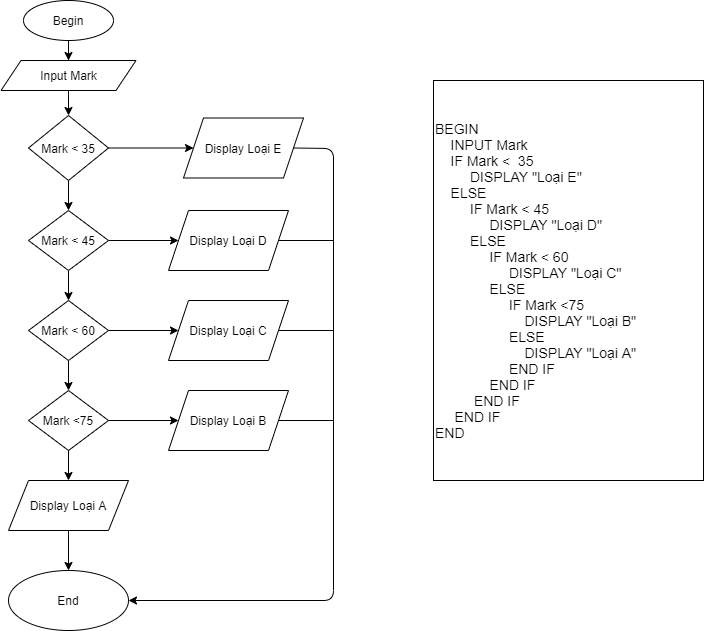
Above: module1/3_Mo_ta_thuat_toan_bang_Pseudo_code_&_Flowchart/2_Bai_tap/Mo_ta_thuat_toan_co_cau_truc_dieu_kien.png in tuantran1611/C0920G1-TranThanhTuan (draw.io), before the change. Source tidied: cells renumbered, new cells last; positions are measured from the earlier drawing's top-left corner, leaving out a move shared by most shapes. The source it was exported from:
```xml
<mxGraphModel>
  <root>
    <mxCell id="0" />
    <mxCell id="1" parent="0" />
    <mxCell id="2" style="edgeStyle=orthogonalEdgeStyle;rounded=0;jettySize=auto;html=1;entryX=0.5;entryY=0;entryDx=0;entryDy=0;" parent="1" edge="1" source="3" target="5">
      <mxGeometry relative="1" as="geometry" />
    </mxCell>
    <mxCell id="3" value="Begin" style="ellipse;whiteSpace=wrap;html=1;" parent="1" vertex="1">
      <mxGeometry x="22" width="90" height="40" as="geometry" />
    </mxCell>
    <mxCell id="4" style="edgeStyle=orthogonalEdgeStyle;rounded=0;jettySize=auto;html=1;" parent="1" edge="1" source="5" target="9">
      <mxGeometry relative="1" as="geometry" />
    </mxCell>
    <mxCell id="5" value="Input Mark" style="shape=parallelogram;perimeter=parallelogramPerimeter;whiteSpace=wrap;html=1;fixedSize=1;" parent="1" vertex="1">
      <mxGeometry x="-0.5" y="60" width="135" height="30" as="geometry" />
    </mxCell>
    <mxCell id="6" value="&lt;font style=&quot;font-size: 14px&quot;&gt;BEGIN&lt;br&gt;&amp;nbsp; &amp;nbsp; INPUT Mark&lt;br&gt;&amp;nbsp; &amp;nbsp; IF Mark &amp;lt;&amp;nbsp; 35&lt;br&gt;&amp;nbsp; &amp;nbsp; &amp;nbsp; &amp;nbsp; &amp;nbsp;DISPLAY &quot;Loại E&quot;&lt;br&gt;&amp;nbsp; &amp;nbsp; ELSE&lt;br&gt;&amp;nbsp; &amp;nbsp; &amp;nbsp; &amp;nbsp; &amp;nbsp;IF Mark &amp;lt; 45&lt;br&gt;&amp;nbsp; &amp;nbsp; &amp;nbsp; &amp;nbsp; &amp;nbsp; &amp;nbsp; &amp;nbsp; DISPLAY &quot;Loại D&quot;&lt;br&gt;&amp;nbsp; &amp;nbsp; &amp;nbsp; &amp;nbsp; &amp;nbsp;ELSE&lt;br&gt;&amp;nbsp; &amp;nbsp; &amp;nbsp; &amp;nbsp; &amp;nbsp; &amp;nbsp; &amp;nbsp; IF Mark &amp;lt; 60&lt;br&gt;&amp;nbsp; &amp;nbsp; &amp;nbsp; &amp;nbsp; &amp;nbsp; &amp;nbsp; &amp;nbsp; &amp;nbsp; &amp;nbsp; &amp;nbsp;DISPLAY &quot;Loại C&quot;&lt;br&gt;&amp;nbsp; &amp;nbsp; &amp;nbsp; &amp;nbsp; &amp;nbsp; &amp;nbsp; &amp;nbsp; ELSE&lt;br&gt;&amp;nbsp; &amp;nbsp; &amp;nbsp; &amp;nbsp; &amp;nbsp; &amp;nbsp; &amp;nbsp; &amp;nbsp; &amp;nbsp; &amp;nbsp;IF Mark &amp;lt;75&lt;br&gt;&amp;nbsp; &amp;nbsp; &amp;nbsp; &amp;nbsp; &amp;nbsp; &amp;nbsp; &amp;nbsp; &amp;nbsp; &amp;nbsp; &amp;nbsp; &amp;nbsp; &amp;nbsp;DISPLAY &quot;Loại B&quot;&lt;br&gt;&amp;nbsp; &amp;nbsp; &amp;nbsp; &amp;nbsp; &amp;nbsp; &amp;nbsp; &amp;nbsp; &amp;nbsp; &amp;nbsp; &amp;nbsp;ELSE&lt;br&gt;&amp;nbsp; &amp;nbsp; &amp;nbsp; &amp;nbsp; &amp;nbsp; &amp;nbsp; &amp;nbsp; &amp;nbsp; &amp;nbsp; &amp;nbsp; &amp;nbsp; &amp;nbsp;DISPLAY &quot;Loại A&quot;&lt;br&gt;&amp;nbsp; &amp;nbsp; &amp;nbsp; &amp;nbsp; &amp;nbsp; &amp;nbsp; &amp;nbsp; &amp;nbsp; &amp;nbsp; &amp;nbsp;END IF&amp;nbsp;&lt;br&gt;&amp;nbsp; &amp;nbsp; &amp;nbsp; &amp;nbsp; &amp;nbsp; &amp;nbsp; &amp;nbsp; END IF&lt;br&gt;&amp;nbsp; &amp;nbsp; &amp;nbsp; &amp;nbsp; &amp;nbsp; END IF&lt;br&gt;&amp;nbsp; &amp;nbsp; &amp;nbsp;END IF&lt;br&gt;END&lt;br&gt;&lt;/font&gt;" style="rounded=0;whiteSpace=wrap;html=1;align=left;" parent="1" vertex="1">
      <mxGeometry x="432" y="80" width="270" height="400" as="geometry" />
    </mxCell>
    <mxCell id="7" style="edgeStyle=orthogonalEdgeStyle;rounded=0;jettySize=auto;html=1;" parent="1" edge="1" source="9" target="10">
      <mxGeometry relative="1" as="geometry" />
    </mxCell>
    <mxCell id="8" style="edgeStyle=orthogonalEdgeStyle;rounded=0;jettySize=auto;html=1;" parent="1" edge="1" source="9" target="13">
      <mxGeometry relative="1" as="geometry" />
    </mxCell>
    <mxCell id="9" value="Mark &amp;lt; 35" style="rhombus;whiteSpace=wrap;html=1;" parent="1" vertex="1">
      <mxGeometry x="27" y="115" width="80" height="65" as="geometry" />
    </mxCell>
    <mxCell id="10" value="Display Loại E" style="shape=parallelogram;perimeter=parallelogramPerimeter;whiteSpace=wrap;html=1;fixedSize=1;" parent="1" vertex="1">
      <mxGeometry x="182" y="117.5" width="120" height="60" as="geometry" />
    </mxCell>
    <mxCell id="11" style="edgeStyle=orthogonalEdgeStyle;rounded=0;jettySize=auto;html=1;" parent="1" edge="1" source="13" target="14">
      <mxGeometry relative="1" as="geometry" />
    </mxCell>
    <mxCell id="12" style="edgeStyle=orthogonalEdgeStyle;rounded=0;jettySize=auto;html=1;" parent="1" edge="1" source="13" target="17">
      <mxGeometry relative="1" as="geometry" />
    </mxCell>
    <mxCell id="13" value="Mark &amp;lt; 45" style="rhombus;whiteSpace=wrap;html=1;" parent="1" vertex="1">
      <mxGeometry x="27" y="210" width="80" height="60" as="geometry" />
    </mxCell>
    <mxCell id="14" value="Display Loại D" style="shape=parallelogram;perimeter=parallelogramPerimeter;whiteSpace=wrap;html=1;fixedSize=1;" parent="1" vertex="1">
      <mxGeometry x="167" y="210" width="120" height="60" as="geometry" />
    </mxCell>
    <mxCell id="15" style="edgeStyle=orthogonalEdgeStyle;rounded=0;jettySize=auto;html=1;" parent="1" edge="1" source="17" target="18">
      <mxGeometry relative="1" as="geometry" />
    </mxCell>
    <mxCell id="16" style="edgeStyle=orthogonalEdgeStyle;rounded=0;jettySize=auto;html=1;" parent="1" edge="1" source="17" target="21">
      <mxGeometry relative="1" as="geometry" />
    </mxCell>
    <mxCell id="17" value="Mark &amp;lt; 60" style="rhombus;whiteSpace=wrap;html=1;" parent="1" vertex="1">
      <mxGeometry x="27" y="300" width="80" height="60" as="geometry" />
    </mxCell>
    <mxCell id="18" value="Display Loại C" style="shape=parallelogram;perimeter=parallelogramPerimeter;whiteSpace=wrap;html=1;fixedSize=1;" parent="1" vertex="1">
      <mxGeometry x="167" y="300" width="120" height="60" as="geometry" />
    </mxCell>
    <mxCell id="19" style="edgeStyle=orthogonalEdgeStyle;rounded=0;jettySize=auto;html=1;" parent="1" edge="1" source="21" target="22">
      <mxGeometry relative="1" as="geometry" />
    </mxCell>
    <mxCell id="20" style="edgeStyle=orthogonalEdgeStyle;rounded=0;jettySize=auto;html=1;" parent="1" edge="1" source="21" target="24">
      <mxGeometry relative="1" as="geometry" />
    </mxCell>
    <mxCell id="21" value="Mark &amp;lt;75" style="rhombus;whiteSpace=wrap;html=1;" parent="1" vertex="1">
      <mxGeometry x="27" y="390" width="80" height="60" as="geometry" />
    </mxCell>
    <mxCell id="22" value="Display Loại B" style="shape=parallelogram;perimeter=parallelogramPerimeter;whiteSpace=wrap;html=1;fixedSize=1;" parent="1" vertex="1">
      <mxGeometry x="167" y="390" width="120" height="60" as="geometry" />
    </mxCell>
    <mxCell id="23" style="edgeStyle=orthogonalEdgeStyle;rounded=0;jettySize=auto;html=1;" parent="1" edge="1" source="24" target="26">
      <mxGeometry relative="1" as="geometry" />
    </mxCell>
    <mxCell id="24" value="Display Loại A" style="shape=parallelogram;perimeter=parallelogramPerimeter;whiteSpace=wrap;html=1;fixedSize=1;" parent="1" vertex="1">
      <mxGeometry x="7" y="480" width="120" height="50" as="geometry" />
    </mxCell>
    <mxCell id="25" style="endArrow=classic;html=1;exitX=1;exitY=0.5;exitDx=0;exitDy=0;entryX=1;entryY=0.5;entryDx=0;entryDy=0;" parent="1" edge="1" source="10" target="26">
      <mxGeometry relative="1" as="geometry">
        <Array as="points">
          <mxPoint x="332" y="148" />
          <mxPoint x="332" y="600" />
        </Array>
      </mxGeometry>
    </mxCell>
    <mxCell id="26" value="End" style="ellipse;whiteSpace=wrap;html=1;" parent="1" vertex="1">
      <mxGeometry x="7" y="570" width="120" height="60" as="geometry" />
    </mxCell>
    <mxCell id="27" style="endArrow=none;html=1;exitX=1;exitY=0.5;exitDx=0;exitDy=0;" parent="1" edge="1" source="14">
      <mxGeometry relative="1" as="geometry">
        <mxPoint x="332" y="240" as="targetPoint" />
      </mxGeometry>
    </mxCell>
    <mxCell id="28" style="endArrow=none;html=1;exitX=1;exitY=0.5;exitDx=0;exitDy=0;" parent="1" edge="1" source="18">
      <mxGeometry relative="1" as="geometry">
        <mxPoint x="332" y="330" as="targetPoint" />
      </mxGeometry>
    </mxCell>
    <mxCell id="29" style="endArrow=none;html=1;exitX=1;exitY=0.5;exitDx=0;exitDy=0;" parent="1" edge="1" source="22">
      <mxGeometry relative="1" as="geometry">
        <mxPoint x="332" y="420" as="targetPoint" />
      </mxGeometry>
    </mxCell>
  </root>
</mxGraphModel>
```
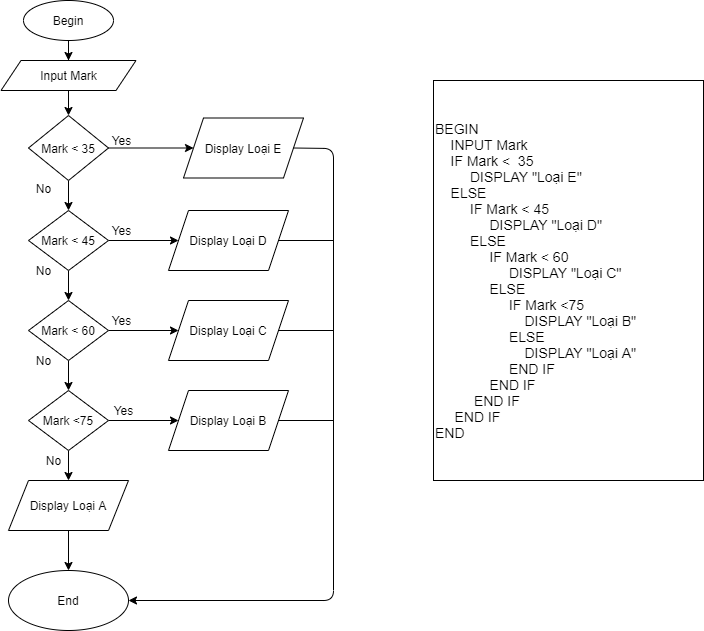
After the change.

Diff of the diagram source:
```diff
@@ -97,5 +97,29 @@
         <mxPoint x="332" y="420" as="targetPoint" />
       </mxGeometry>
     </mxCell>
+    <mxCell id="30" value="Yes" style="text;html=1;align=center;verticalAlign=middle;" parent="1" vertex="1">
+      <mxGeometry x="104.5" y="130" width="30" height="20" as="geometry" />
+    </mxCell>
+    <mxCell id="31" value="Yes" style="text;html=1;align=center;verticalAlign=middle;" parent="1" vertex="1">
+      <mxGeometry x="104.5" y="220" width="30" height="20" as="geometry" />
+    </mxCell>
+    <mxCell id="32" value="Yes" style="text;html=1;align=center;verticalAlign=middle;" parent="1" vertex="1">
+      <mxGeometry x="104.5" y="310" width="30" height="20" as="geometry" />
+    </mxCell>
+    <mxCell id="33" value="Yes" style="text;html=1;align=center;verticalAlign=middle;" parent="1" vertex="1">
+      <mxGeometry x="107" y="400" width="30" height="20" as="geometry" />
+    </mxCell>
+    <mxCell id="34" value="No" style="text;html=1;align=center;verticalAlign=middle;" parent="1" vertex="1">
+      <mxGeometry x="27" y="177.5" width="30" height="20" as="geometry" />
+    </mxCell>
+    <mxCell id="35" value="No" style="text;html=1;align=center;verticalAlign=middle;" parent="1" vertex="1">
+      <mxGeometry x="27" y="260" width="30" height="20" as="geometry" />
+    </mxCell>
+    <mxCell id="36" value="No" style="text;html=1;align=center;verticalAlign=middle;" parent="1" vertex="1">
+      <mxGeometry x="27" y="350" width="30" height="20" as="geometry" />
+    </mxCell>
+    <mxCell id="37" value="No" style="text;html=1;align=center;verticalAlign=middle;" parent="1" vertex="1">
+      <mxGeometry x="37" y="450" width="30" height="20" as="geometry" />
+    </mxCell>
   </root>
 </mxGraphModel>
```
